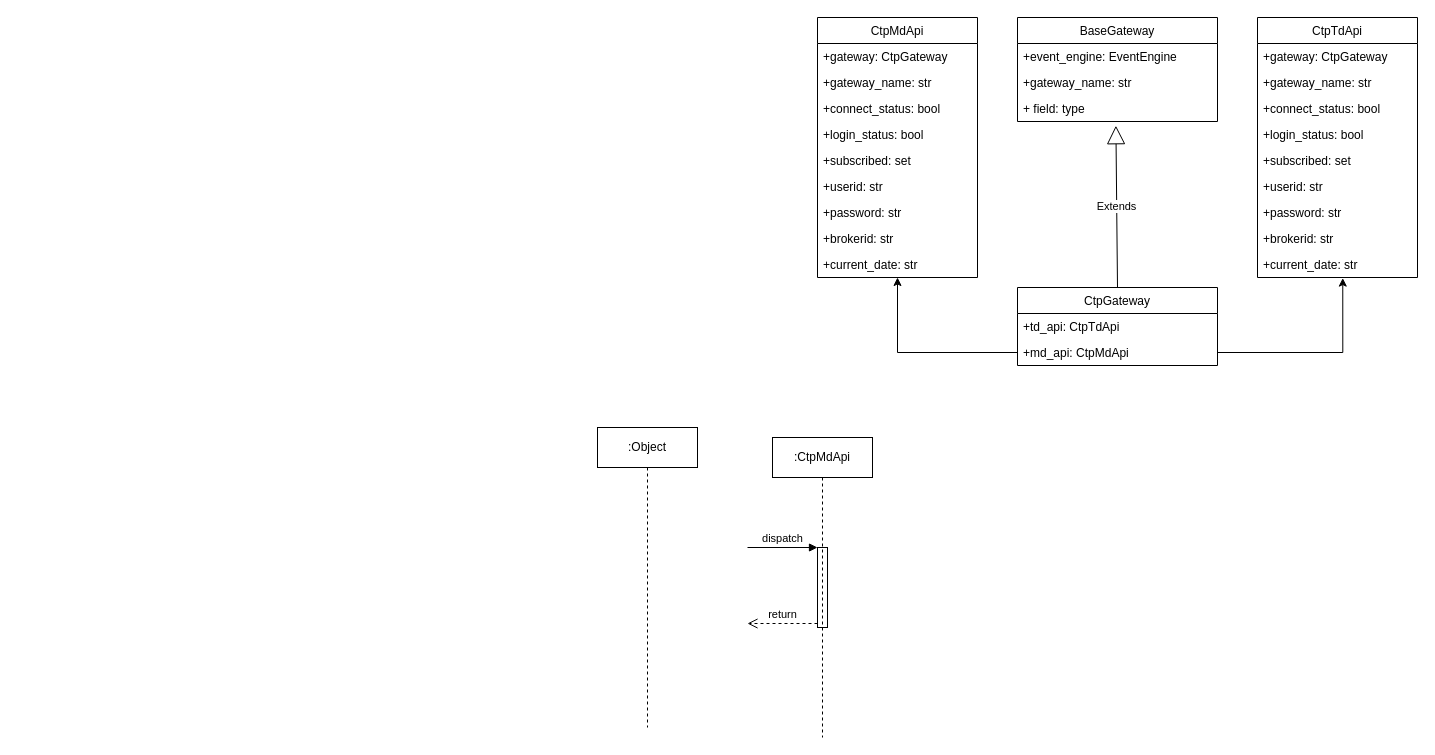
Before: 系统架构.drawio in simple321vip/violin-trade, a draw.io diagram. Source tidied: cells renumbered, new cells numbered last; positions are measured from the earlier drawing's top-left corner, leaving out a move shared by most shapes. Both pictures are drawn from the tidied source at 100%, with x=0, y=0 at pixel (597, 17).
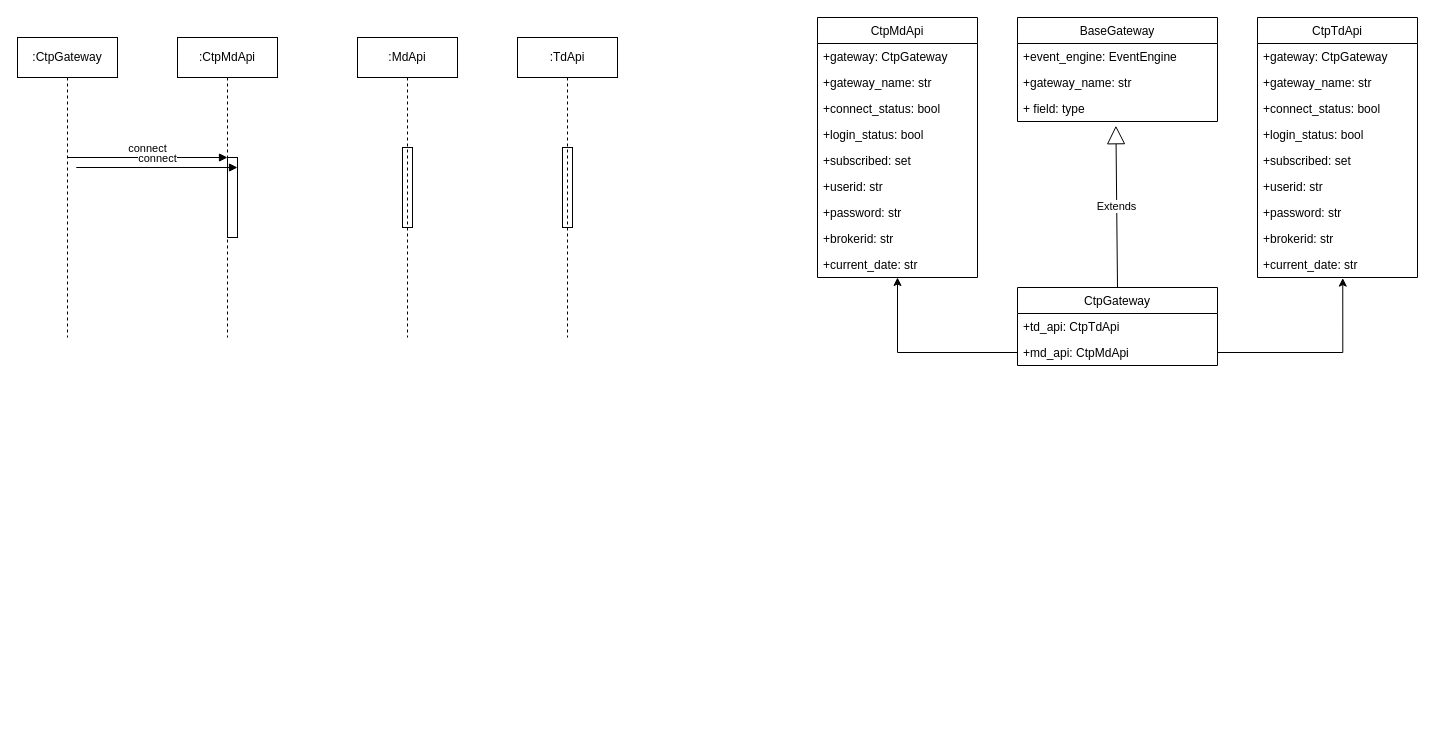
The same page after the edit.

What changed in the source:
```diff
@@
-    <mxCell id="32" value=":Object" style="shape=umlLifeline;perimeter=lifelinePerimeter;whiteSpace=wrap;html=1;outlineConnect=0;" parent="1" vertex="1">
-      <mxGeometry y="410" width="100" height="300" as="geometry" />
+    <mxCell id="32" value=":CtpGateway" style="shape=umlLifeline;perimeter=lifelinePerimeter;whiteSpace=wrap;html=1;outlineConnect=0;" parent="1" vertex="1">
+      <mxGeometry x="-580" y="20" width="100" height="300" as="geometry" />
     </mxCell>
     <mxCell id="33" style="html=1;points=[];perimeter=orthogonalPerimeter;" parent="1" vertex="1">
-      <mxGeometry x="220" y="530" width="10" height="80" as="geometry" />
+      <mxGeometry x="-370" y="140" width="10" height="80" as="geometry" />
     </mxCell>
-    <mxCell id="34" value="dispatch" style="html=1;verticalAlign=bottom;endArrow=block;entryX=0;entryY=0;rounded=0;" parent="1" edge="1" target="33">
-      <mxGeometry relative="1" as="geometry">
-        <mxPoint x="150" y="530" as="sourcePoint" />
-      </mxGeometry>
+    <mxCell id="34" value="connect" style="html=1;verticalAlign=bottom;endArrow=block;entryX=0;entryY=0;rounded=0;" parent="1" edge="1" source="32" target="33">
+      <mxGeometry relative="1" as="geometry" />
     </mxCell>
-    <mxCell id="35" value="return" style="html=1;verticalAlign=bottom;endArrow=open;dashed=1;endSize=8;exitX=0;exitY=0.95;rounded=0;" parent="1" edge="1" source="33">
-      <mxGeometry relative="1" as="geometry">
-        <mxPoint x="150" y="606" as="targetPoint" />
-      </mxGeometry>
-    </mxCell>
     <mxCell id="36" value=":&lt;span style=&quot;&quot;&gt;CtpMdApi&lt;/span&gt;" style="shape=umlLifeline;perimeter=lifelinePerimeter;whiteSpace=wrap;html=1;" parent="1" vertex="1">
-      <mxGeometry x="175" y="420" width="100" height="300" as="geometry" />
+      <mxGeometry x="-420" y="20" width="100" height="300" as="geometry" />
     </mxCell>
+    <mxCell id="37" style="html=1;perimeter=orthogonalPerimeter;" parent="1" vertex="1">
+      <mxGeometry x="-195" y="130" width="10" height="80" as="geometry" />
+    </mxCell>
+    <mxCell id="38" value=":&lt;span style=&quot;&quot;&gt;MdApi&lt;/span&gt;" style="shape=umlLifeline;perimeter=lifelinePerimeter;whiteSpace=wrap;html=1;" parent="1" vertex="1">
+      <mxGeometry x="-240" y="20" width="100" height="300" as="geometry" />
+    </mxCell>
+    <mxCell id="39" style="html=1;perimeter=orthogonalPerimeter;" parent="1" vertex="1">
+      <mxGeometry x="-35" y="130" width="10" height="80" as="geometry" />
+    </mxCell>
+    <mxCell id="40" value=":T&lt;span style=&quot;&quot;&gt;dApi&lt;/span&gt;" style="shape=umlLifeline;perimeter=lifelinePerimeter;whiteSpace=wrap;html=1;" parent="1" vertex="1">
+      <mxGeometry x="-80" y="20" width="100" height="300" as="geometry" />
+    </mxCell>
+    <mxCell id="41" value="connect" style="html=1;verticalAlign=bottom;endArrow=block;entryX=0;entryY=0;rounded=0;" parent="1" edge="1">
+      <mxGeometry relative="1" as="geometry">
+        <mxPoint x="-521.2" y="150" as="sourcePoint" />
+        <mxPoint x="-360" y="150" as="targetPoint" />
+      </mxGeometry>
+    </mxCell>
```
